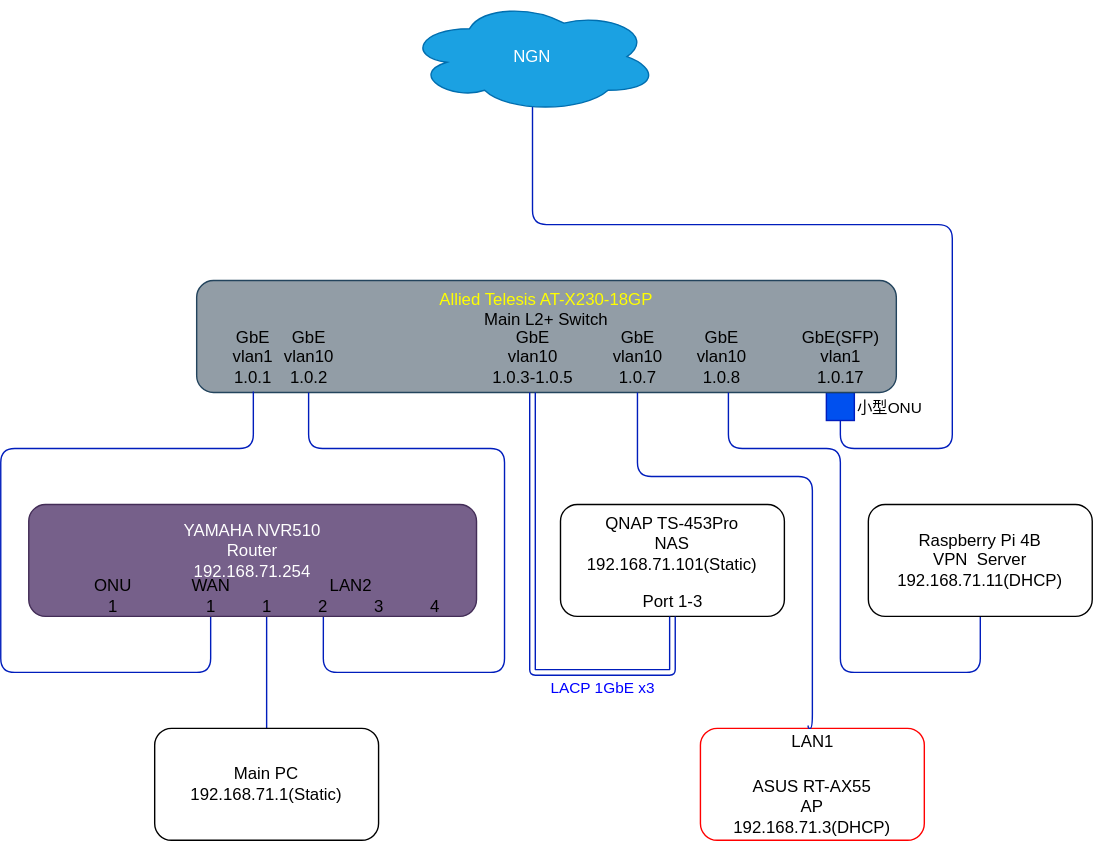
Earlier version of the draw.io export Structure chart/struct.drawio.svg (taka74-1771/1771net_home). Source tidied: cells renumbered, new cells last; positions are measured from the earlier drawing's top-left corner, leaving out a move shared by most shapes.
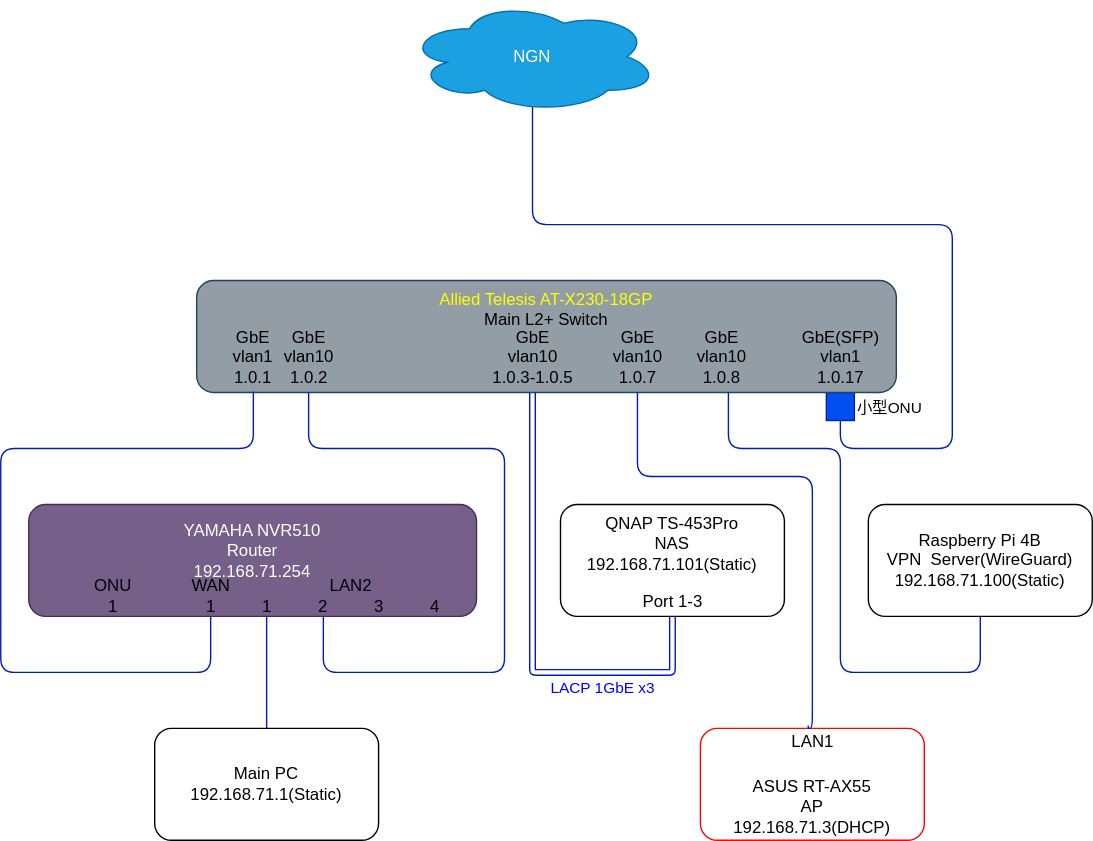
Later version of the same file.

Commit message:
VPNサーバー構成変更

The edit, as a diff of the source:
```diff
@@ -121,7 +121,7 @@
         </Array>
       </mxGeometry>
     </mxCell>
-    <mxCell id="25" value="Raspberry Pi 4B&lt;br&gt;VPN&amp;nbsp; Server&lt;br&gt;192.168.71.11(DHCP)" style="rounded=1;whiteSpace=wrap;html=1;verticalAlign=middle;" parent="1" vertex="1">
+    <mxCell id="25" value="Raspberry Pi 4B&lt;br&gt;VPN&amp;nbsp; Server(WireGuard)&lt;br&gt;192.168.71.100(Static)" style="rounded=1;whiteSpace=wrap;html=1;verticalAlign=middle;" parent="1" vertex="1">
       <mxGeometry x="620" y="360" width="160" height="80" as="geometry" />
     </mxCell>
     <mxCell id="26" value="YAMAHA NVR510&lt;br&gt;Router&lt;br&gt;&amp;nbsp;192.168.71.254&amp;nbsp;&lt;br&gt;&lt;br&gt;&amp;nbsp;" style="rounded=1;whiteSpace=wrap;html=1;fillColor=#76608a;fontColor=#ffffff;strokeColor=#432D57;" parent="1" vertex="1">
```
